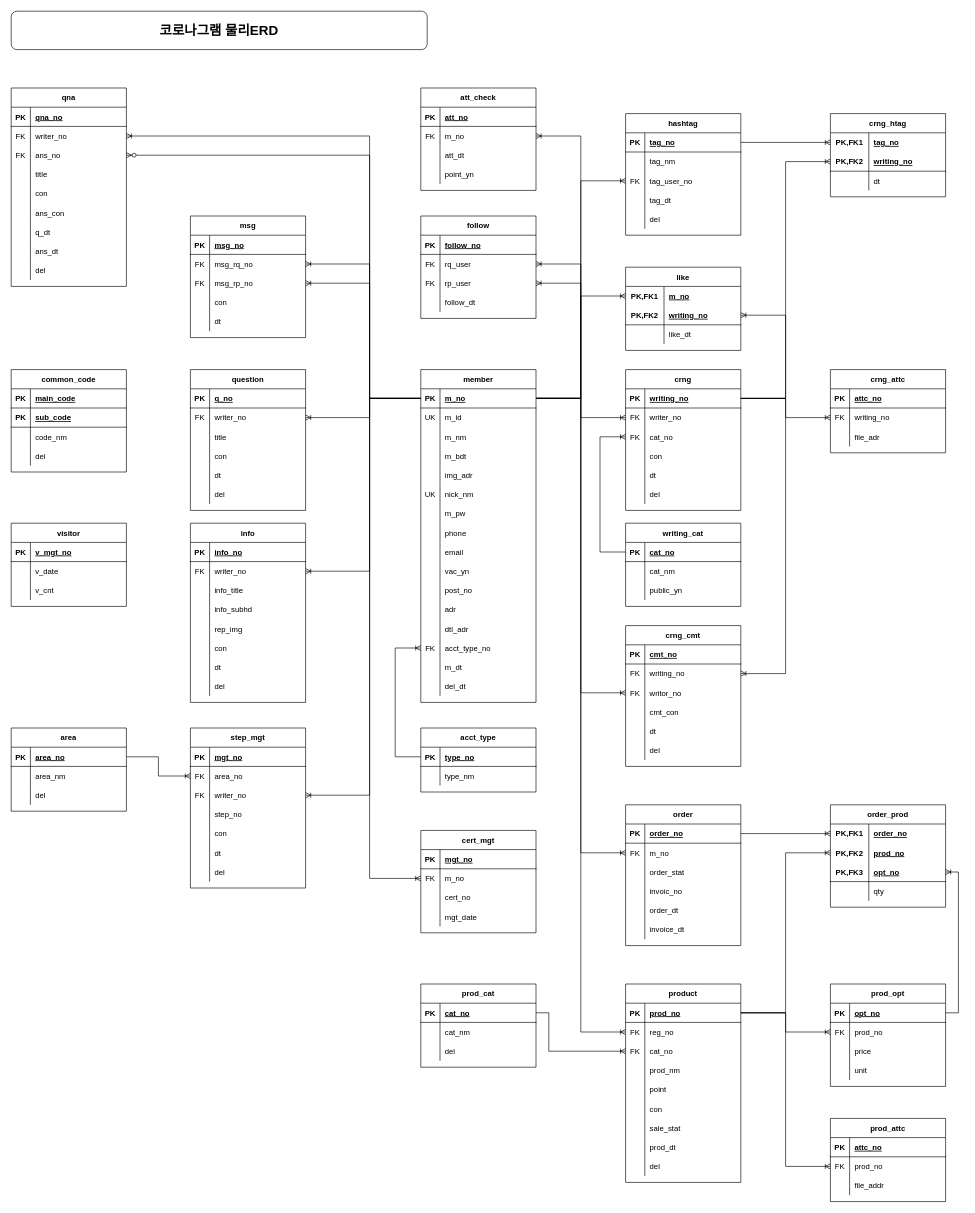
Above: page "물리ERD" (2 of 2) of 논리ERD.drawio in fullishment/base (draw.io), before the change. Source tidied: cells renumbered, new cells numbered last; positions are measured from the earlier drawing's top-left corner, leaving out a move shared by most shapes. Both pictures are drawn from the tidied source at 64%, with x=0, y=0 at pixel (11, 11).
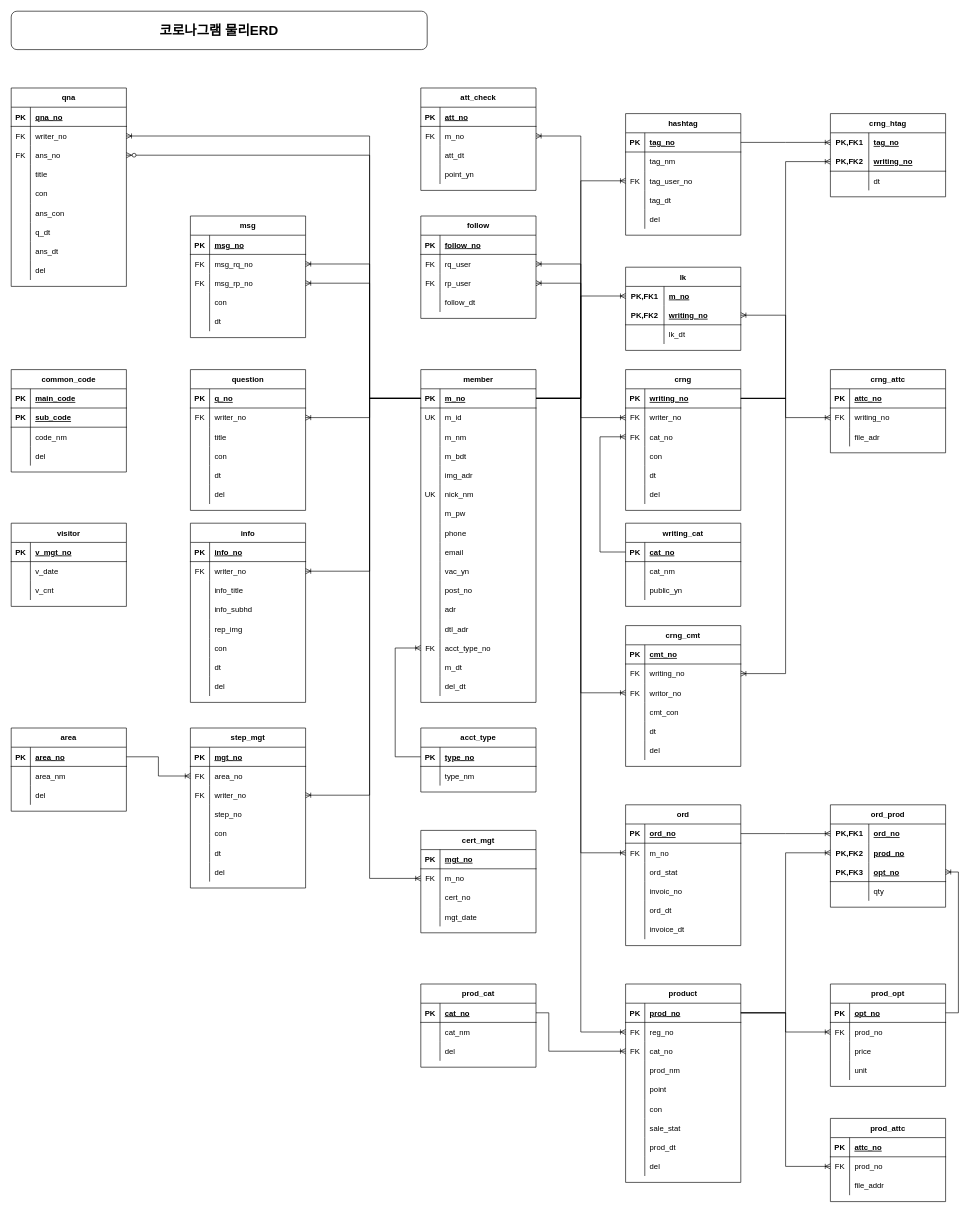
The same diagram, later.

Unchanged cells that the change refers to:
```xml
<mxCell id="143" style="shape=partialRectangle;fillColor=none;top=0;left=0;bottom=0;right=0;" parent="136" vertex="1">
  <mxGeometry y="90" width="180" height="30" as="geometry" />
</mxCell>
<mxCell id="373" style="shape=partialRectangle;fillColor=none;top=0;left=0;bottom=0;right=0;points=[[0,0.5],[1,0.5]];portConstraint=eastwest;" parent="372" vertex="1">
  <mxGeometry y="30" width="180" height="30" as="geometry" />
</mxCell>
<mxCell id="386" style="shape=partialRectangle;fillColor=none;top=0;left=0;bottom=1;right=0;points=[[0,0.5],[1,0.5]];portConstraint=eastwest;" parent="385" vertex="1">
  <mxGeometry y="30" width="180" height="30" as="geometry" />
</mxCell>
<mxCell id="392" style="shape=partialRectangle;fillColor=none;top=0;left=0;bottom=0;right=0;" parent="385" vertex="1">
  <mxGeometry y="90" width="180" height="30" as="geometry" />
</mxCell>
<mxCell id="398" style="shape=partialRectangle;fillColor=none;top=0;left=0;bottom=0;right=0;" parent="385" vertex="1">
  <mxGeometry y="150" width="180" height="30" as="geometry" />
</mxCell>
```

The edit, as a diff of the source:
```diff
@@
-    <mxCell id="136" value="like" style="shape=table;startSize=30;childLayout=tableLayout;rowLines=0;fontStyle=1;align=center;" parent="1" vertex="1">
+    <mxCell id="136" value="lk" style="shape=table;startSize=30;childLayout=tableLayout;rowLines=0;fontStyle=1;align=center;" parent="1" vertex="1">
       <mxGeometry x="960" y="400" width="180" height="130" as="geometry" />
     </mxCell>
@@
-    <mxCell id="145" value="like_dt" style="shape=partialRectangle;fillColor=none;top=0;left=0;bottom=0;right=0;align=left;spacingLeft=6;overflow=hidden;" parent="143" vertex="1">
+    <mxCell id="145" value="lk_dt" style="shape=partialRectangle;fillColor=none;top=0;left=0;bottom=0;right=0;align=left;spacingLeft=6;overflow=hidden;" parent="143" vertex="1">
       <mxGeometry x="60" width="120" height="30" as="geometry" />
     </mxCell>
@@
-    <mxCell id="372" value="order_prod" style="shape=table;startSize=30;childLayout=tableLayout;rowLines=0;fontStyle=1;align=center;" parent="1" vertex="1">
+    <mxCell id="372" value="ord_prod" style="shape=table;startSize=30;childLayout=tableLayout;rowLines=0;fontStyle=1;align=center;" parent="1" vertex="1">
       <mxGeometry x="1280" y="1240" width="180" height="160" as="geometry" />
     </mxCell>
@@
-    <mxCell id="375" value="order_no" style="shape=partialRectangle;fillColor=none;top=0;left=0;bottom=0;right=0;align=left;spacingLeft=6;fontStyle=5;overflow=hidden;" parent="373" vertex="1">
+    <mxCell id="375" value="ord_no" style="shape=partialRectangle;fillColor=none;top=0;left=0;bottom=0;right=0;align=left;spacingLeft=6;fontStyle=5;overflow=hidden;" parent="373" vertex="1">
       <mxGeometry x="60" width="120" height="30" as="geometry" />
     </mxCell>
@@
-    <mxCell id="385" value="order" style="shape=table;startSize=30;childLayout=tableLayout;rowLines=0;fontStyle=1;align=center;" parent="1" vertex="1">
+    <mxCell id="385" value="ord" style="shape=table;startSize=30;childLayout=tableLayout;rowLines=0;fontStyle=1;align=center;" parent="1" vertex="1">
       <mxGeometry x="960" y="1240" width="180" height="220" as="geometry" />
     </mxCell>
@@
-    <mxCell id="388" value="order_no" style="shape=partialRectangle;fillColor=none;top=0;left=0;bottom=0;right=0;align=left;spacingLeft=6;fontStyle=5;overflow=hidden;" parent="386" vertex="1">
+    <mxCell id="388" value="ord_no" style="shape=partialRectangle;fillColor=none;top=0;left=0;bottom=0;right=0;align=left;spacingLeft=6;fontStyle=5;overflow=hidden;" parent="386" vertex="1">
       <mxGeometry x="30" width="150" height="30" as="geometry" />
     </mxCell>
@@
-    <mxCell id="394" value="order_stat" style="shape=partialRectangle;fillColor=none;top=0;left=0;bottom=0;right=0;align=left;spacingLeft=6;overflow=hidden;" parent="392" vertex="1">
+    <mxCell id="394" value="ord_stat" style="shape=partialRectangle;fillColor=none;top=0;left=0;bottom=0;right=0;align=left;spacingLeft=6;overflow=hidden;" parent="392" vertex="1">
       <mxGeometry x="30" width="150" height="30" as="geometry" />
     </mxCell>
@@
-    <mxCell id="400" value="order_dt" style="shape=partialRectangle;fillColor=none;top=0;left=0;bottom=0;right=0;align=left;spacingLeft=6;overflow=hidden;" parent="398" vertex="1">
+    <mxCell id="400" value="ord_dt" style="shape=partialRectangle;fillColor=none;top=0;left=0;bottom=0;right=0;align=left;spacingLeft=6;overflow=hidden;" parent="398" vertex="1">
       <mxGeometry x="30" width="150" height="30" as="geometry" />
     </mxCell>
```
